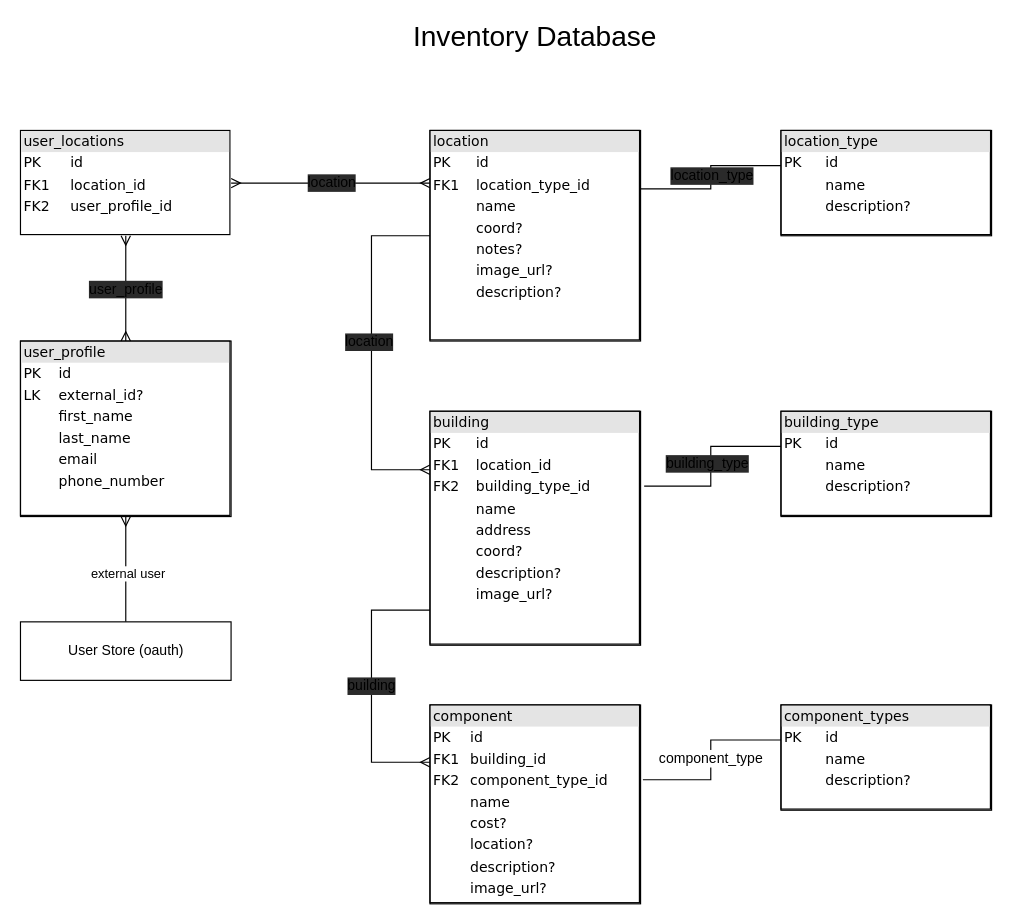
This is database/docs/database-diagrams.drawio from vanister/inventory, a draw.io file, before an edit. Source tidied: cells renumbered, new cells numbered last; positions are measured from the earlier drawing's top-left corner, leaving out a move shared by most shapes. Both pictures are drawn from the tidied source at 117%, with x=0, y=0 at pixel (20, 25).
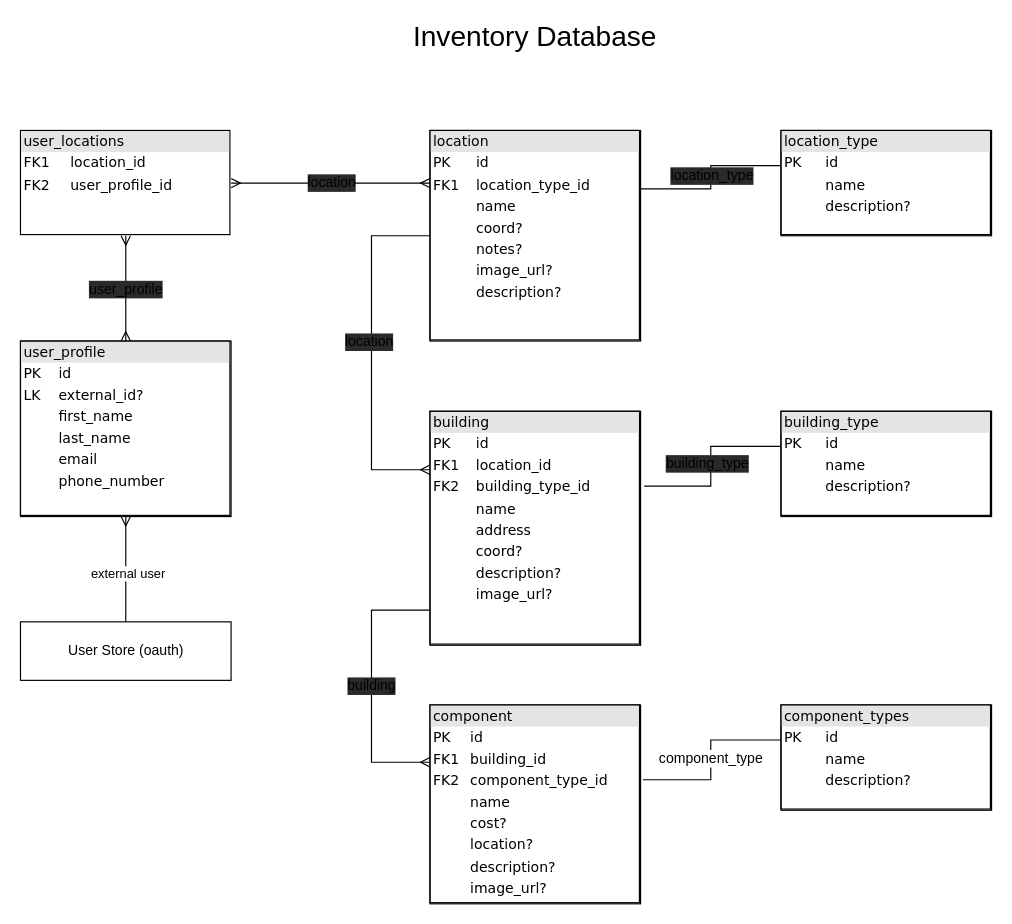
The same diagram, later.

Change to the diagram source:
```diff
@@
-    <mxCell id="18" value="&lt;div style=&quot;box-sizing: border-box ; width: 100% ; background: #e4e4e4 ; padding: 2px&quot;&gt;&lt;font color=&quot;#000000&quot;&gt;user_locations&lt;/font&gt;&lt;/div&gt;&lt;table style=&quot;width: 100% ; font-size: 1em&quot; cellspacing=&quot;0&quot; cellpadding=&quot;2&quot;&gt;&lt;tbody&gt;&lt;tr&gt;&lt;td&gt;PK&lt;/td&gt;&lt;td&gt;id&lt;/td&gt;&lt;/tr&gt;&lt;tr&gt;&lt;td&gt;FK1&lt;/td&gt;&lt;td&gt;location_id&lt;/td&gt;&lt;/tr&gt;&lt;tr&gt;&lt;td&gt;FK2&lt;/td&gt;&lt;td&gt;user_profile_id&lt;br&gt;&lt;/td&gt;&lt;/tr&gt;&lt;/tbody&gt;&lt;/table&gt;" style="verticalAlign=top;align=left;overflow=fill;html=1;rounded=0;shadow=0;comic=0;labelBackgroundColor=none;strokeWidth=1;fontFamily=Verdana;fontSize=12;labelBorderColor=#000000;strokeColor=none;" parent="1" vertex="1">
+    <mxCell id="18" value="&lt;div style=&quot;box-sizing: border-box ; width: 100% ; background: #e4e4e4 ; padding: 2px&quot;&gt;&lt;font color=&quot;#000000&quot;&gt;user_locations&lt;/font&gt;&lt;/div&gt;&lt;table style=&quot;width: 100% ; font-size: 1em&quot; cellspacing=&quot;0&quot; cellpadding=&quot;2&quot;&gt;&lt;tbody&gt;&lt;tr&gt;&lt;td&gt;FK1&lt;/td&gt;&lt;td&gt;location_id&lt;/td&gt;&lt;/tr&gt;&lt;tr&gt;&lt;td&gt;FK2&lt;/td&gt;&lt;td&gt;user_profile_id&lt;br&gt;&lt;/td&gt;&lt;/tr&gt;&lt;/tbody&gt;&lt;/table&gt;" style="verticalAlign=top;align=left;overflow=fill;html=1;rounded=0;shadow=0;comic=0;labelBackgroundColor=none;strokeWidth=1;fontFamily=Verdana;fontSize=12;labelBorderColor=#000000;strokeColor=none;" parent="1" vertex="1">
       <mxGeometry y="90" width="180" height="90" as="geometry" />
     </mxCell>
```
